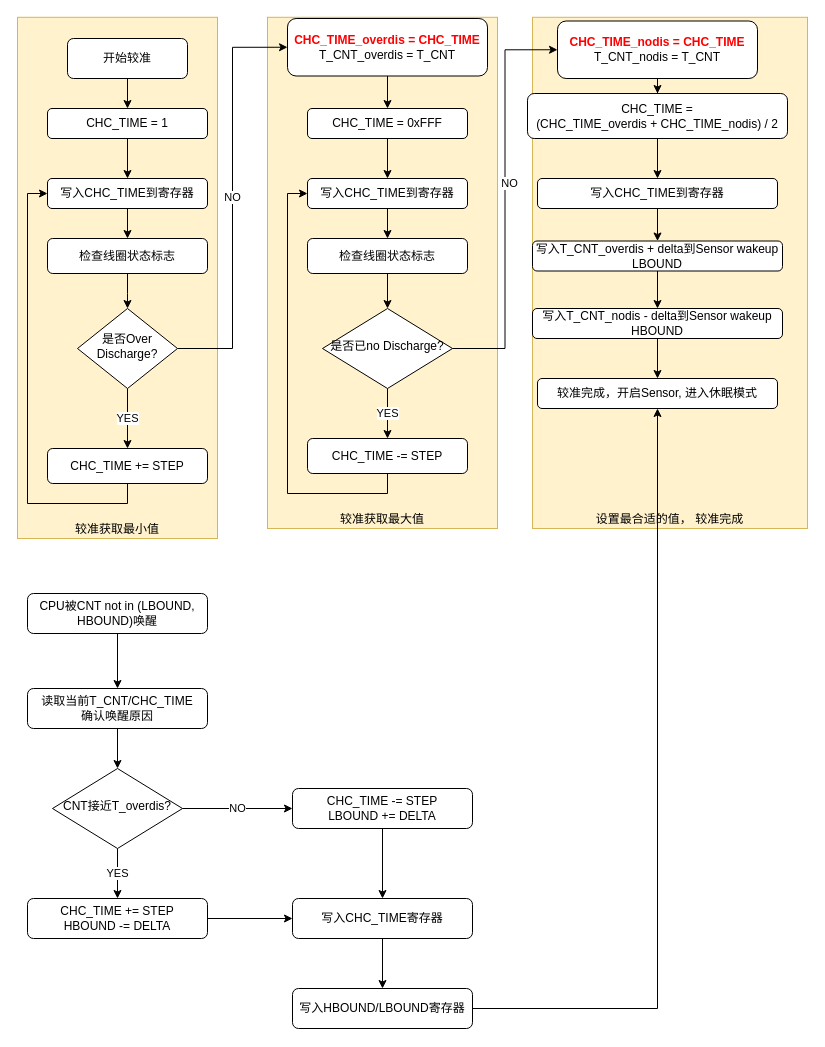
Above: Untitled Diagram.drawio in fenixchen/work (draw.io), before the change. Source tidied: cells renumbered, new cells numbered last; positions are measured from the earlier drawing's top-left corner, leaving out a move shared by most shapes. Both pictures are drawn from the tidied source at 100%, with x=0, y=0 at pixel (17, 17).
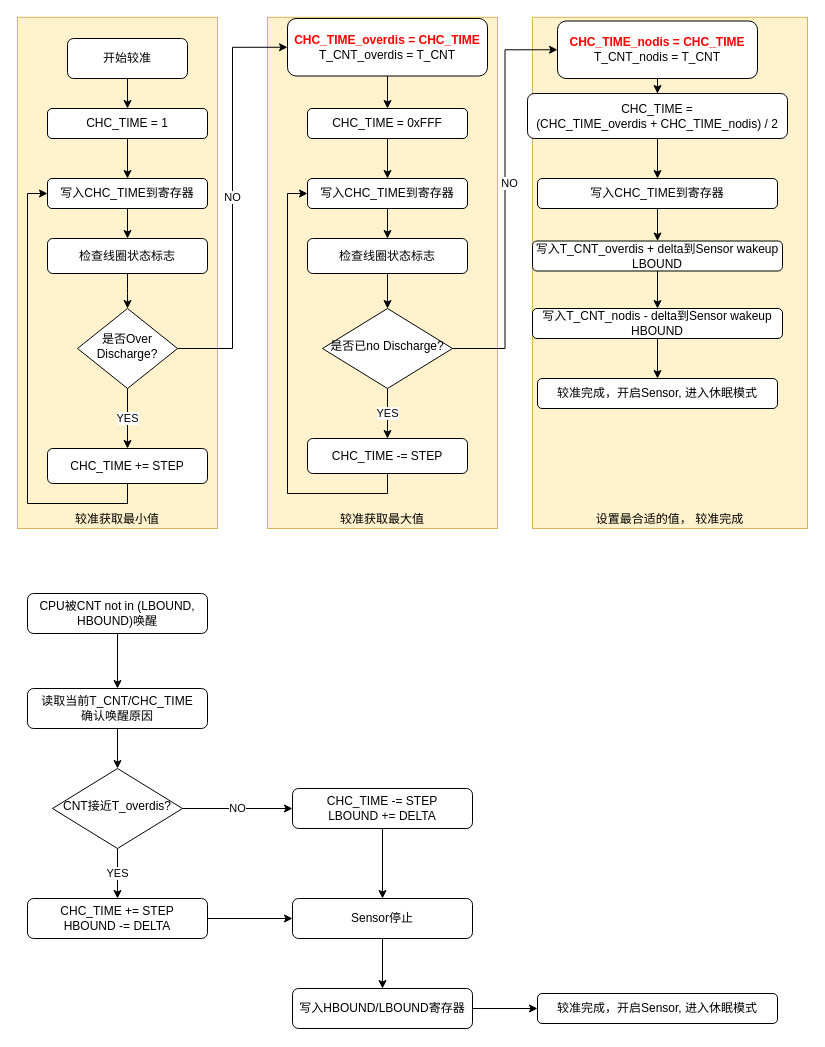
Above is the later version.

Unchanged cells that the change refers to:
```xml
<mxCell id="42" value="较准完成，开启Sensor, 进入休眠模式" style="whiteSpace=wrap;html=1;rounded=1;shadow=0;strokeWidth=1;glass=0;" parent="1" vertex="1">
  <mxGeometry x="520" y="361" width="240" height="30" as="geometry" />
</mxCell>
<mxCell id="57" value="写入HBOUND/LBOUND寄存器" style="rounded=1;whiteSpace=wrap;html=1;fontSize=12;glass=0;strokeWidth=1;shadow=0;" parent="1" vertex="1">
  <mxGeometry x="275" y="971" width="180" height="40" as="geometry" />
</mxCell>
```

The edit, as a diff of the source:
```diff
@@
     <mxCell id="4" value="较准获取最小值" style="rounded=0;whiteSpace=wrap;html=1;shadow=0;glass=0;strokeWidth=1;fillColor=#fff2cc;strokeColor=#d6b656;verticalAlign=bottom;" parent="1" vertex="1">
-      <mxGeometry y="-0.2" width="200" height="521.2" as="geometry" />
+      <mxGeometry y="-0.2" width="200" height="511.2" as="geometry" />
     </mxCell>
@@
-    <mxCell id="55" value="写入CHC_TIME寄存器" style="rounded=1;whiteSpace=wrap;html=1;fontSize=12;glass=0;strokeWidth=1;shadow=0;" parent="1" vertex="1">
+    <mxCell id="55" value="Sensor停止" style="rounded=1;whiteSpace=wrap;html=1;fontSize=12;glass=0;strokeWidth=1;shadow=0;" parent="1" vertex="1">
       <mxGeometry x="275" y="881" width="180" height="40" as="geometry" />
     </mxCell>
-    <mxCell id="56" style="edgeStyle=orthogonalEdgeStyle;rounded=0;jettySize=auto;html=1;exitX=1;exitY=0.5;exitDx=0;exitDy=0;" parent="1" edge="1" source="57" target="42">
-      <mxGeometry relative="1" as="geometry" />
-    </mxCell>
+    <mxCell id="58" style="edgeStyle=orthogonalEdgeStyle;rounded=0;jettySize=auto;html=1;exitX=1;exitY=0.5;exitDx=0;exitDy=0;entryX=0;entryY=0.5;entryDx=0;entryDy=0;" parent="1" edge="1" source="57" target="59">
+      <mxGeometry relative="1" as="geometry" />
+    </mxCell>
@@
+    <mxCell id="59" value="较准完成，开启Sensor, 进入休眠模式" style="whiteSpace=wrap;html=1;rounded=1;shadow=0;strokeWidth=1;glass=0;" parent="1" vertex="1">
+      <mxGeometry x="520" y="976" width="240" height="30" as="geometry" />
+    </mxCell>
```
